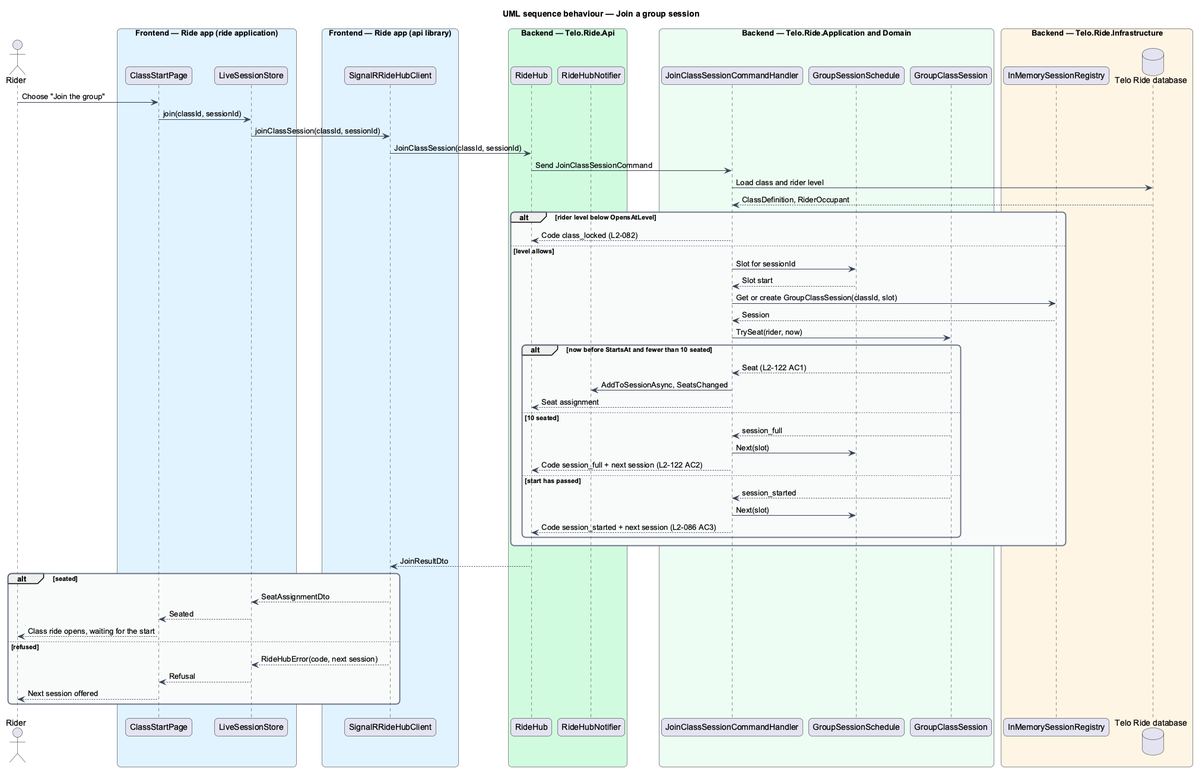
Above: docs/detailed-designs/multiplayer/run-a-group-class-session/diagrams/sequence-join-a-group-session.png in QuinntyneBrown/wattzup (PlantUML), before the change.
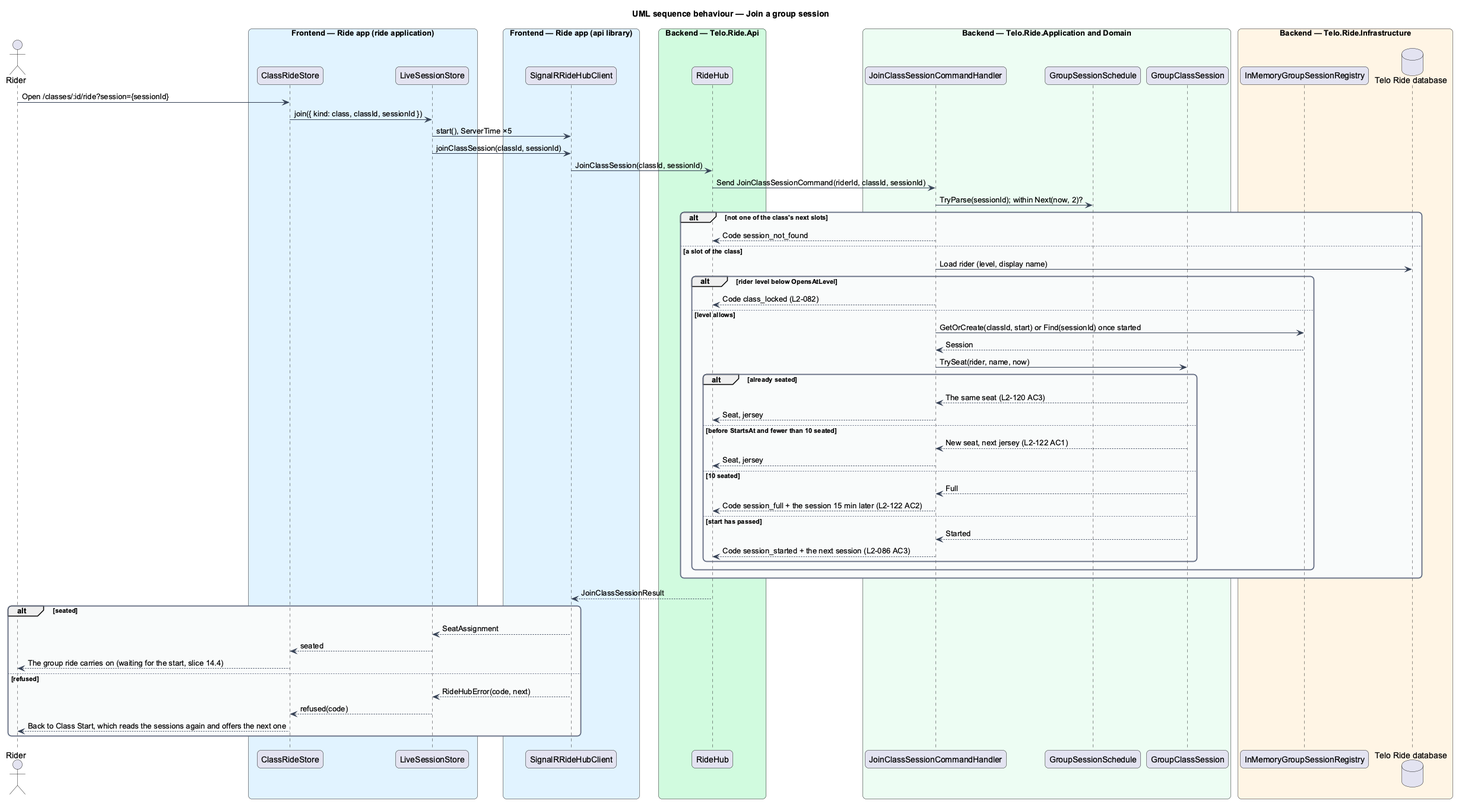
Later version of the same file.

What changed in the source:
```diff
@@ -16,7 +16,7 @@
 }
 actor "Rider" as actor
 box "Frontend — Ride app (ride application)" #E0F2FE
-  participant "ClassStartPage" as page
+  participant "ClassRideStore" as ride
   participant "LiveSessionStore" as store
 end box
 box "Frontend — Ride app (api library)" #E0F2FE
@@ -24,7 +24,6 @@
 end box
 box "Backend — Telo.Ride.Api" #D1FADF
   participant "RideHub" as hub
-  participant "RideHubNotifier" as notifier
 end box
 box "Backend — Telo.Ride.Application and Domain" #ECFDF3
   participant "JoinClassSessionCommandHandler" as handler
@@ -32,46 +31,49 @@
   participant "GroupClassSession" as session
 end box
 box "Backend — Telo.Ride.Infrastructure" #FFF4E5
-  participant "InMemorySessionRegistry" as registry
+  participant "InMemoryGroupSessionRegistry" as registry
   database "Telo Ride database" as db
 end box
-actor -> page : Choose "Join the group"
-page -> store : join(classId, sessionId)
+actor -> ride : Open /classes/:id/ride?session={sessionId}
+ride -> store : join({ kind: class, classId, sessionId })
+store -> client : start(), ServerTime ×5
 store -> client : joinClassSession(classId, sessionId)
 client -> hub : JoinClassSession(classId, sessionId)
-hub -> handler : Send JoinClassSessionCommand
-handler -> db : Load class and rider level
-db --> handler : ClassDefinition, RiderOccupant
-alt rider level below OpensAtLevel
-  handler --> hub : Code class_locked (L2-082)
-else level allows
-  handler -> schedule : Slot for sessionId
-  schedule --> handler : Slot start
-  handler -> registry : Get or create GroupClassSession(classId, slot)
-  registry --> handler : Session
-  handler -> session : TrySeat(rider, now)
-  alt now before StartsAt and fewer than 10 seated
-    session --> handler : Seat (L2-122 AC1)
-    handler -> notifier : AddToSessionAsync, SeatsChanged
-    handler --> hub : Seat assignment
-  else 10 seated
-    session --> handler : session_full
-    handler -> schedule : Next(slot)
-    handler --> hub : Code session_full + next session (L2-122 AC2)
-  else start has passed
-    session --> handler : session_started
-    handler -> schedule : Next(slot)
-    handler --> hub : Code session_started + next session (L2-086 AC3)
+hub -> handler : Send JoinClassSessionCommand(riderId, classId, sessionId)
+handler -> schedule : TryParse(sessionId); within Next(now, 2)?
+alt not one of the class's next slots
+  handler --> hub : Code session_not_found
+else a slot of the class
+  handler -> db : Load rider (level, display name)
+  alt rider level below OpensAtLevel
+    handler --> hub : Code class_locked (L2-082)
+  else level allows
+    handler -> registry : GetOrCreate(classId, start) or Find(sessionId) once started
+    registry --> handler : Session
+    handler -> session : TrySeat(rider, name, now)
+    alt already seated
+      session --> handler : The same seat (L2-120 AC3)
+      handler --> hub : Seat, jersey
+    else before StartsAt and fewer than 10 seated
+      session --> handler : New seat, next jersey (L2-122 AC1)
+      handler --> hub : Seat, jersey
+    else 10 seated
+      session --> handler : Full
+      handler --> hub : Code session_full + the session 15 min later (L2-122 AC2)
+    else start has passed
+      session --> handler : Started
+      handler --> hub : Code session_started + the next session (L2-086 AC3)
+    end
   end
 end
-hub --> client : JoinResultDto
+hub --> client : JoinClassSessionResult
 alt seated
-  client --> store : SeatAssignmentDto
-  store --> page : Seated
-  page --> actor : Class ride opens, waiting for the start
+  client --> store : SeatAssignment
+  store --> ride : seated
+  ride --> actor : The group ride carries on (waiting for the start, slice 14.4)
 else refused
-  client --> store : RideHubError(code, next session)
-  store --> page : Refusal
-  page --> actor : Next session offered
+  client --> store : RideHubError(code, next)
+  store --> ride : refused(code)
+  ride --> actor : Back to Class Start, which reads the sessions again and offers the next one
 end
 @enduml
```
